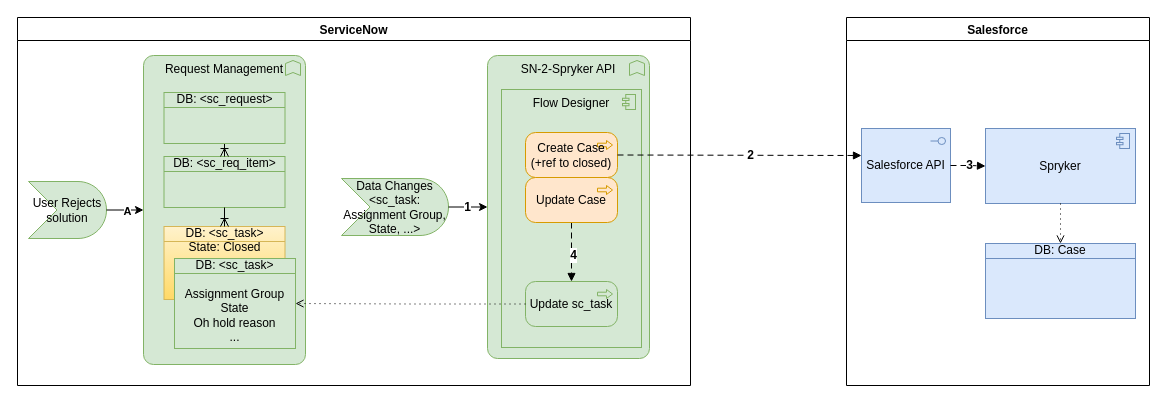
The draw.io diagram page "Reopen" (2 of 3) of SNowSprykerRequest.drawio in algimas/tmp, before the edit. Source tidied: cells renumbered, new cells numbered last; positions are measured from the earlier drawing's top-left corner, leaving out a move shared by most shapes. Both pictures are drawn from the tidied source at 100%, with x=0, y=0 at pixel (17, 17).
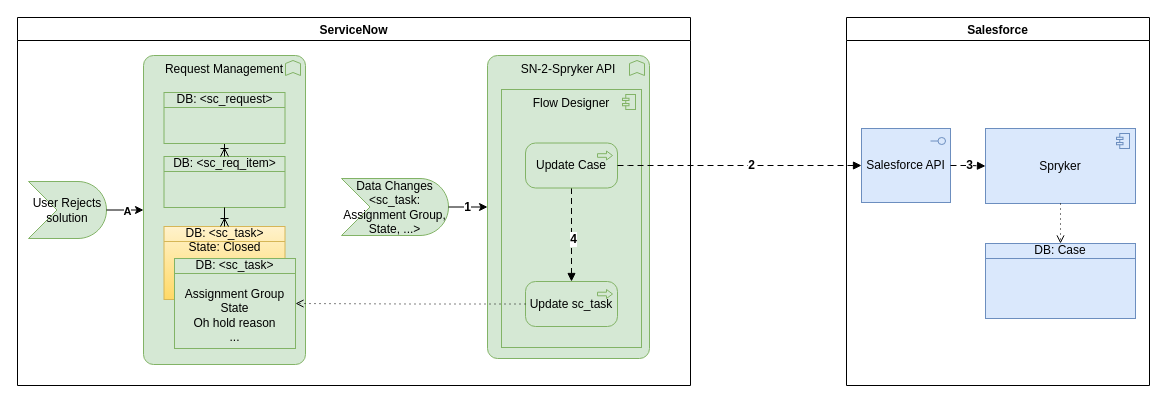
The same diagram, later.

Unchanged cells that the change refers to:
```xml
<mxCell id="4" value="Salesforce API" style="html=1;outlineConnect=0;whiteSpace=wrap;fillColor=#dae8fc;shape=mxgraph.archimate3.application;appType=interface;archiType=square;strokeColor=#6c8ebf;" parent="2" vertex="1">
  <mxGeometry x="15" y="111" width="89" height="74" as="geometry" />
</mxCell>
<mxCell id="9" value="ServiceNow" style="swimlane;" parent="1" vertex="1">
  <mxGeometry width="673" height="368" as="geometry" />
</mxCell>
```

What changed in the source:
```diff
@@
-    <mxCell id="22" value="Create Case (+ref to closed)" style="html=1;outlineConnect=0;whiteSpace=wrap;fillColor=#ffe6cc;shape=mxgraph.archimate3.application;appType=proc;archiType=rounded;strokeColor=#d79b00;" parent="9" vertex="1">
-      <mxGeometry x="508" y="115" width="92" height="45" as="geometry" />
-    </mxCell>
@@
-    <mxCell id="30" value="Update Case" style="html=1;outlineConnect=0;whiteSpace=wrap;fillColor=#ffe6cc;shape=mxgraph.archimate3.application;appType=proc;archiType=rounded;strokeColor=#d79b00;" parent="9" vertex="1">
-      <mxGeometry x="508" y="160" width="92" height="45" as="geometry" />
+    <mxCell id="30" value="Update Case" style="html=1;outlineConnect=0;whiteSpace=wrap;fillColor=#d5e8d4;shape=mxgraph.archimate3.application;appType=proc;archiType=rounded;strokeColor=#82b366;" parent="9" vertex="1">
+      <mxGeometry x="508" y="125.5" width="92" height="45" as="geometry" />
     </mxCell>
-    <mxCell id="31" style="edgeStyle=elbowEdgeStyle;html=1;endArrow=block;dashed=1;elbow=vertical;endFill=1;dashPattern=6 4;rounded=0;fontSize=12;exitX=1;exitY=0.5;exitDx=0;exitDy=0;exitPerimeter=0;" parent="1" edge="1" source="22" target="4">
-      <mxGeometry relative="1" as="geometry" />
+    <mxCell id="31" style="edgeStyle=elbowEdgeStyle;html=1;endArrow=block;dashed=1;elbow=vertical;endFill=1;dashPattern=6 4;rounded=0;fontSize=12;exitX=1;exitY=0.5;exitDx=0;exitDy=0;exitPerimeter=0;" parent="1" edge="1" source="30" target="4">
+      <mxGeometry relative="1" as="geometry">
+        <Array as="points">
+          <mxPoint x="611" y="148" />
+        </Array>
+      </mxGeometry>
     </mxCell>
```
